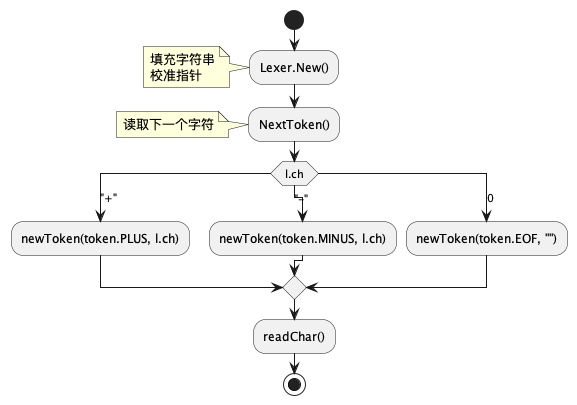
Above: lexer/ac.png in huayun321/yun-interpreter (PlantUML), before the change. Its diagram source:
```plantuml
@startuml

start
:Lexer.New();
note
填充字符串
校准指针
end note
:NextToken();
note
读取下一个字符
end note

switch (l.ch)
case("+")
:newToken(token.PLUS, l.ch);
case("-")
:newToken(token.MINUS, l.ch);
case(0)
:newToken(token.EOF, "");
endswitch

:readChar();
stop

@enduml
```
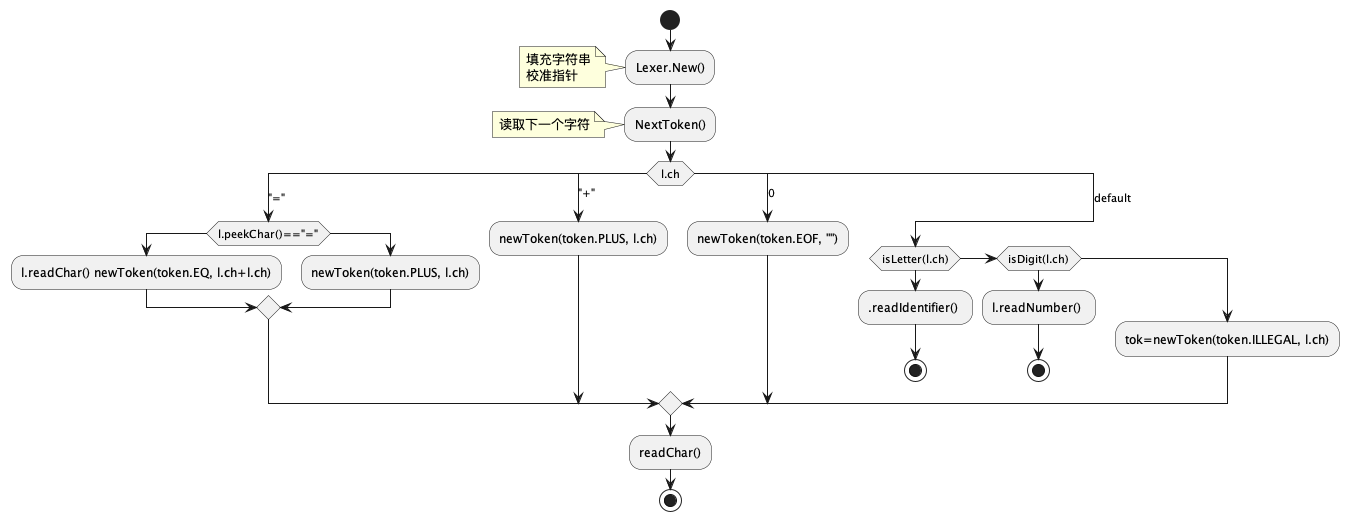
The same file after the commit.

Commit message:
nextToken uml

Change to the diagram source:
```diff
@@ -12,12 +12,27 @@
 end note
 
 switch (l.ch)
+case("=")
+if (l.peekChar()=="=") then
+
+:l.readChar() newToken(token.EQ, l.ch+l.ch);
+else
+:newToken(token.PLUS, l.ch);
+endif
 case("+")
 :newToken(token.PLUS, l.ch);
-case("-")
-:newToken(token.MINUS, l.ch);
 case(0)
 :newToken(token.EOF, "");
+case(default)
+if (isLetter(l.ch)) then
+:.readIdentifier() ;
+stop
+elseif (isDigit(l.ch))
+:l.readNumber() ;
+stop
+else
+:tok=newToken(token.ILLEGAL, l.ch);
+endif
 endswitch
 
 :readChar();
```
